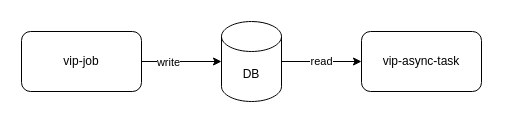
This is page "Page-1" (1 of 5) of auto renew.drawio from hello-benny/hello-benny.github.io, a draw.io file, before an edit. Source tidied: cells renumbered, new cells numbered last; positions are measured from the earlier drawing's top-left corner, leaving out a move shared by most shapes. Both pictures are drawn from the tidied source at 100%, with x=0, y=0 at pixel (21, 21).
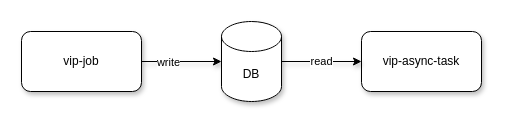
After the change.

What changed in the source:
```diff
@@
 <mxGraphModel>
   <root>
     <mxCell id="0" />
     <mxCell id="1" parent="0" />
-    <mxCell id="2" style="edgeStyle=orthogonalEdgeStyle;rounded=0;jettySize=auto;html=1;" parent="1" edge="1" source="4" target="7">
+    <mxCell id="2" style="edgeStyle=orthogonalEdgeStyle;rounded=0;jettySize=auto;html=1;shadow=1;" parent="1" edge="1" source="4" target="7">
       <mxGeometry relative="1" as="geometry" />
     </mxCell>
-    <mxCell id="3" value="write" style="edgeLabel;html=1;align=center;verticalAlign=middle;" parent="2" vertex="1">
+    <mxCell id="3" value="write" style="edgeLabel;html=1;align=center;verticalAlign=middle;shadow=1;" parent="2" vertex="1">
       <mxGeometry x="-0.34" relative="1" as="geometry" />
     </mxCell>
-    <mxCell id="4" value="vip-job" style="rounded=1;whiteSpace=wrap;html=1;" parent="1" vertex="1">
+    <mxCell id="4" value="vip-job" style="rounded=1;whiteSpace=wrap;html=1;shadow=1;" parent="1" vertex="1">
       <mxGeometry y="10" width="120" height="60" as="geometry" />
     </mxCell>
-    <mxCell id="5" value="vip-async-task" style="rounded=1;whiteSpace=wrap;html=1;" parent="1" vertex="1">
+    <mxCell id="5" value="vip-async-task" style="rounded=1;whiteSpace=wrap;html=1;shadow=1;" parent="1" vertex="1">
       <mxGeometry x="340" y="10" width="120" height="60" as="geometry" />
     </mxCell>
-    <mxCell id="6" value="read" style="edgeStyle=orthogonalEdgeStyle;rounded=0;jettySize=auto;html=1;" parent="1" edge="1" source="7" target="5">
+    <mxCell id="6" value="read" style="edgeStyle=orthogonalEdgeStyle;rounded=0;jettySize=auto;html=1;shadow=1;" parent="1" edge="1" source="7" target="5">
       <mxGeometry relative="1" as="geometry" />
     </mxCell>
-    <mxCell id="7" value="DB" style="shape=cylinder3;whiteSpace=wrap;html=1;boundedLbl=1;backgroundOutline=1;size=15;" parent="1" vertex="1">
+    <mxCell id="7" value="DB" style="shape=cylinder3;whiteSpace=wrap;html=1;boundedLbl=1;backgroundOutline=1;size=15;shadow=1;" parent="1" vertex="1">
       <mxGeometry x="200" width="60" height="80" as="geometry" />
     </mxCell>
   </root>
 </mxGraphModel>
```
